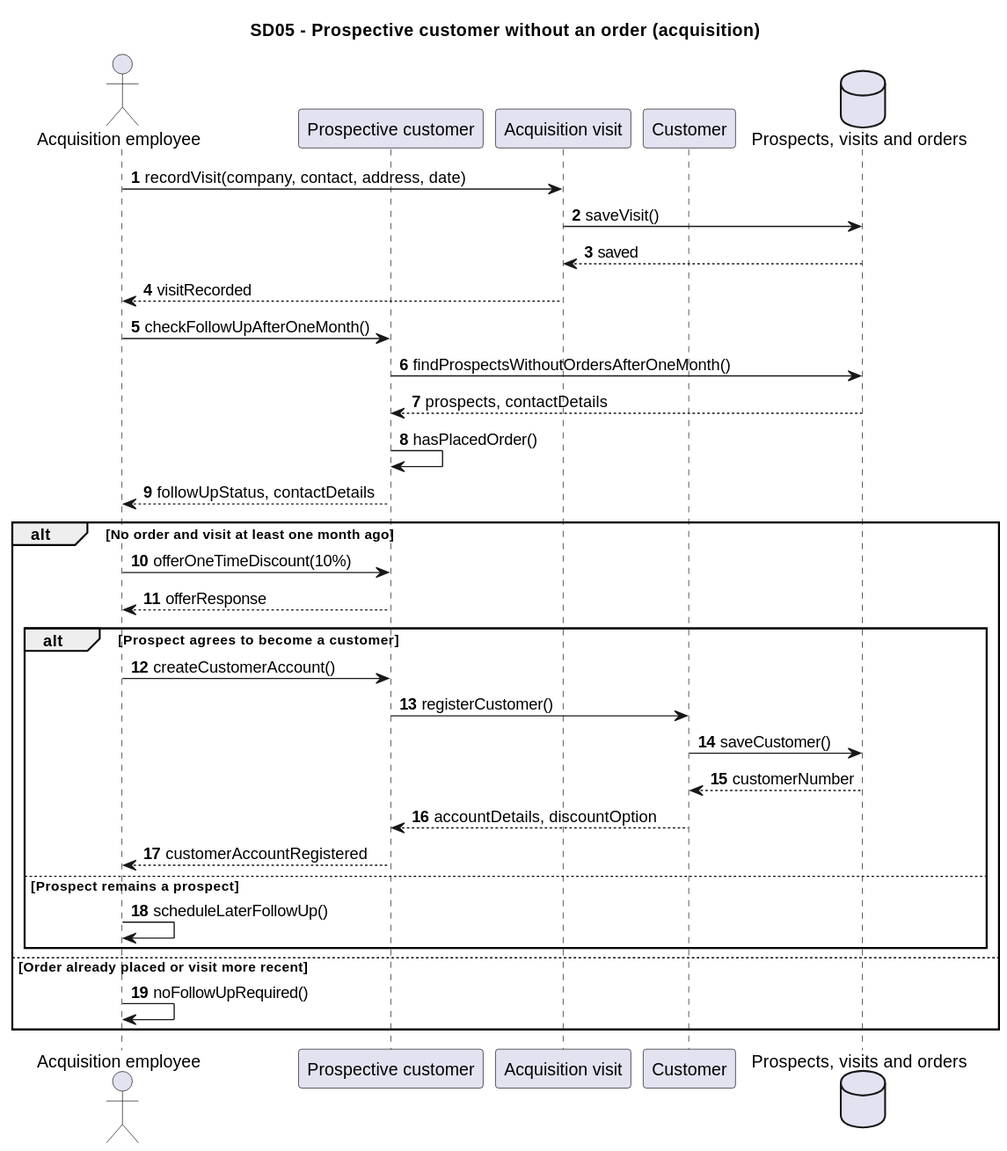
Above: Documentation/Architecture/uml/export/sequence_diagrams/SD05_PotentieleKlantGeenBestelling.svg in ViktorQorri/Project-Timaflu (PlantUML), before the change.
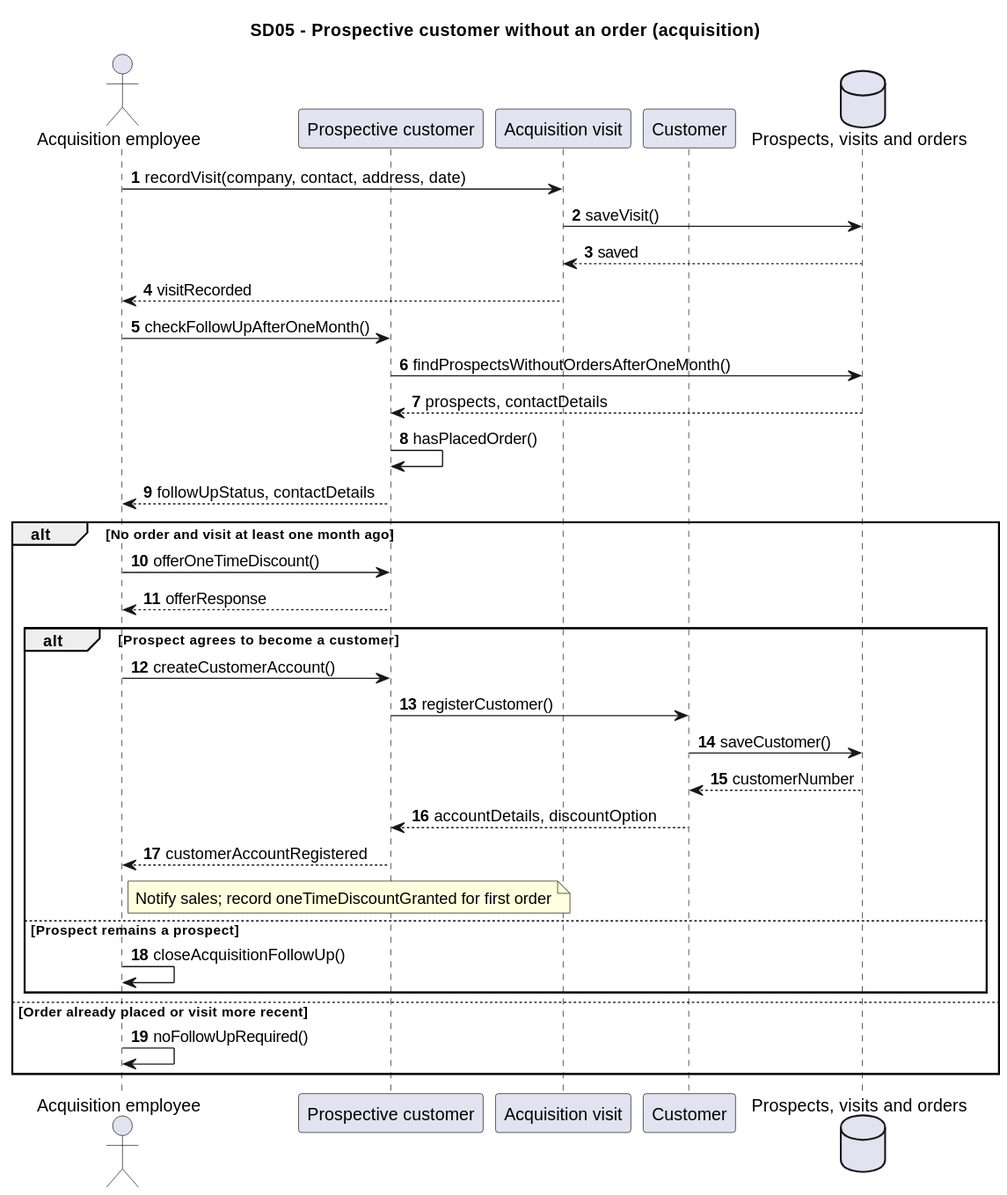
After the change.

The edit, as a diff of the source:
```diff
@@ -18,7 +18,7 @@
 P -> P: hasPlacedOrder()
 P --> M: followUpStatus, contactDetails
 alt No order and visit at least one month ago
-  M -> P: offerOneTimeDiscount(10%)
+  M -> P: offerOneTimeDiscount()
   P --> M: offerResponse
   alt Prospect agrees to become a customer
     M -> P: createCustomerAccount()
@@ -27,8 +27,9 @@
     DB --> K: customerNumber
     K --> P: accountDetails, discountOption
     P --> M: customerAccountRegistered
+    note right of M: Notify sales; record oneTimeDiscountGranted for first order
   else Prospect remains a prospect
-    M -> M: scheduleLaterFollowUp()
+    M -> M: closeAcquisitionFollowUp()
   end
 else Order already placed or visit more recent
   M -> M: noFollowUpRequired()
```
